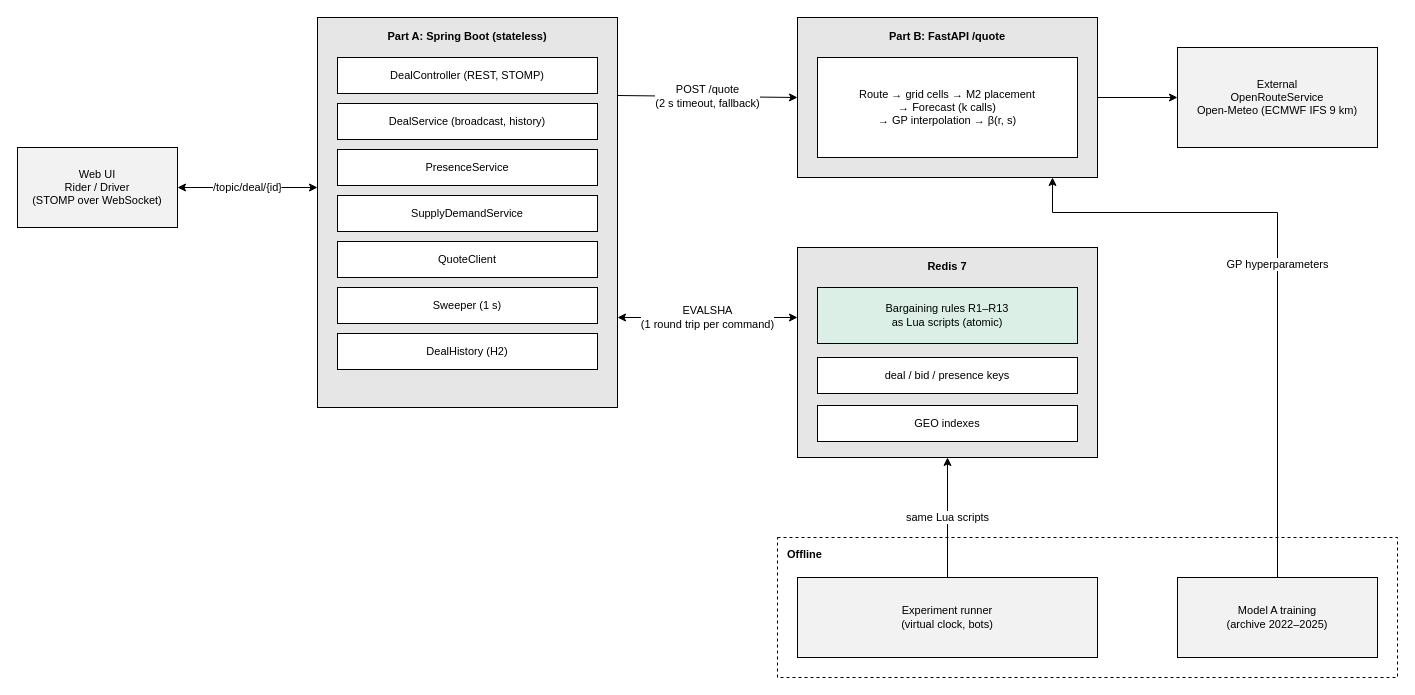
The draw.io diagram docs/figures_src/F5_architecture.drawio in India-CDI-Team5/payroad, before the edit. Source tidied: cells renumbered, new cells numbered last; positions are measured from the earlier drawing's top-left corner, leaving out a move shared by most shapes. Both pictures are drawn from the tidied source at 100%, with x=0, y=0 at pixel (17, 17).
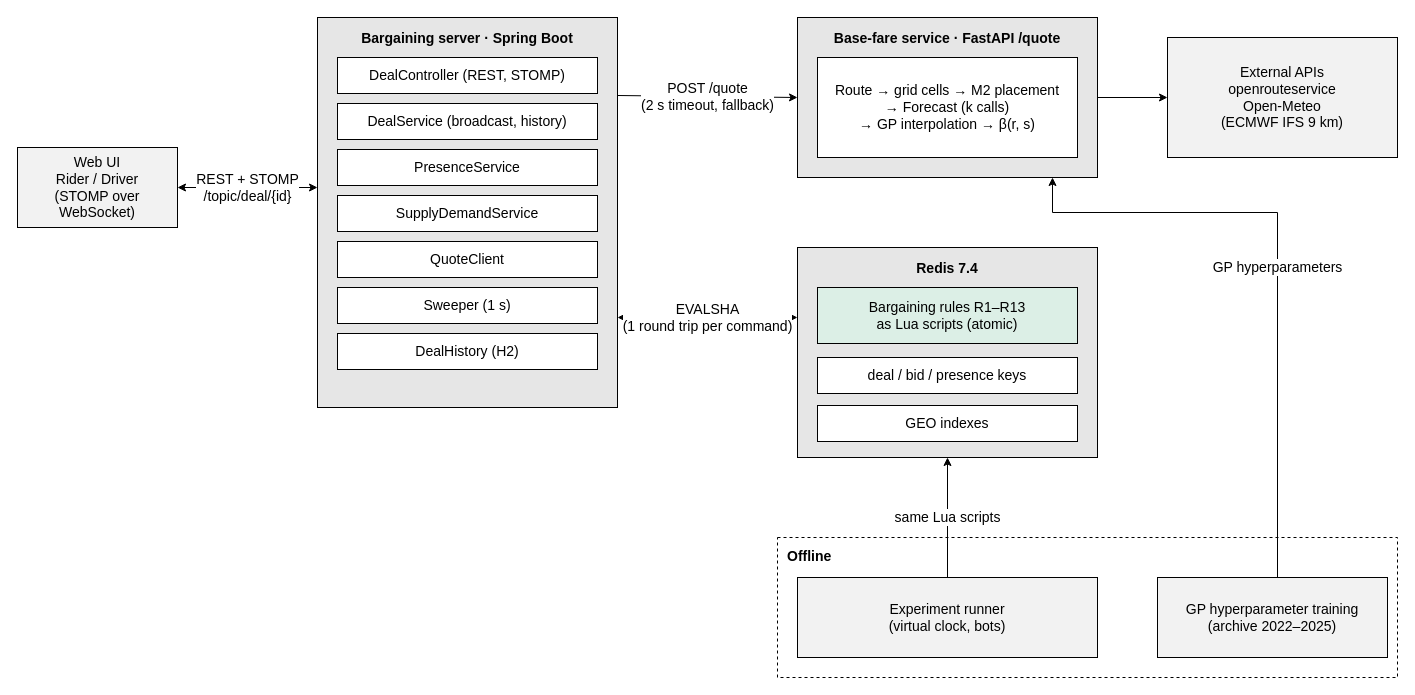
Above is the later version.

What changed in the source:
```diff
@@
-    <mxCell id="2" value="Web UI&lt;br&gt;Rider / Driver&lt;br&gt;(STOMP over WebSocket)" style="rounded=0;whiteSpace=wrap;html=1;fillColor=#F2F2F2;strokeColor=#000000;strokeWidth=1;fontFamily=Helvetica;fontSize=11;fontColor=#000000;" parent="1" vertex="1">
+    <mxCell id="2" value="Web UI&lt;br&gt;Rider / Driver&lt;br&gt;(STOMP over WebSocket)" style="rounded=0;whiteSpace=wrap;html=1;fillColor=#F2F2F2;strokeColor=#000000;strokeWidth=1;fontFamily=Helvetica;fontSize=14;fontColor=#000000;" parent="1" vertex="1">
       <mxGeometry y="130" width="160" height="80" as="geometry" />
     </mxCell>
-    <mxCell id="3" value="Part A: Spring Boot (stateless)" style="rounded=0;whiteSpace=wrap;html=1;fillColor=#E6E6E6;strokeColor=#000000;strokeWidth=1;fontFamily=Helvetica;fontSize=11;fontColor=#000000;fontStyle=1;verticalAlign=top;spacingTop=6;" parent="1" vertex="1">
+    <mxCell id="3" value="Bargaining server · Spring Boot" style="rounded=0;whiteSpace=wrap;html=1;fillColor=#E6E6E6;strokeColor=#000000;strokeWidth=1;fontFamily=Helvetica;fontSize=14;fontColor=#000000;fontStyle=1;verticalAlign=top;spacingTop=6;" parent="1" vertex="1">
       <mxGeometry x="300" width="300" height="390" as="geometry" />
     </mxCell>
-    <mxCell id="4" value="DealController (REST, STOMP)" style="rounded=0;whiteSpace=wrap;html=1;fillColor=#FFFFFF;strokeColor=#000000;strokeWidth=1;fontFamily=Helvetica;fontSize=11;fontColor=#000000;" parent="1" vertex="1">
+    <mxCell id="4" value="DealController (REST, STOMP)" style="rounded=0;whiteSpace=wrap;html=1;fillColor=#FFFFFF;strokeColor=#000000;strokeWidth=1;fontFamily=Helvetica;fontSize=14;fontColor=#000000;" parent="1" vertex="1">
       <mxGeometry x="320" y="40" width="260" height="36" as="geometry" />
     </mxCell>
-    <mxCell id="5" value="DealService (broadcast, history)" style="rounded=0;whiteSpace=wrap;html=1;fillColor=#FFFFFF;strokeColor=#000000;strokeWidth=1;fontFamily=Helvetica;fontSize=11;fontColor=#000000;" parent="1" vertex="1">
+    <mxCell id="5" value="DealService (broadcast, history)" style="rounded=0;whiteSpace=wrap;html=1;fillColor=#FFFFFF;strokeColor=#000000;strokeWidth=1;fontFamily=Helvetica;fontSize=14;fontColor=#000000;" parent="1" vertex="1">
       <mxGeometry x="320" y="86" width="260" height="36" as="geometry" />
     </mxCell>
-    <mxCell id="6" value="PresenceService" style="rounded=0;whiteSpace=wrap;html=1;fillColor=#FFFFFF;strokeColor=#000000;strokeWidth=1;fontFamily=Helvetica;fontSize=11;fontColor=#000000;" parent="1" vertex="1">
+    <mxCell id="6" value="PresenceService" style="rounded=0;whiteSpace=wrap;html=1;fillColor=#FFFFFF;strokeColor=#000000;strokeWidth=1;fontFamily=Helvetica;fontSize=14;fontColor=#000000;" parent="1" vertex="1">
       <mxGeometry x="320" y="132" width="260" height="36" as="geometry" />
     </mxCell>
-    <mxCell id="7" value="SupplyDemandService" style="rounded=0;whiteSpace=wrap;html=1;fillColor=#FFFFFF;strokeColor=#000000;strokeWidth=1;fontFamily=Helvetica;fontSize=11;fontColor=#000000;" parent="1" vertex="1">
+    <mxCell id="7" value="SupplyDemandService" style="rounded=0;whiteSpace=wrap;html=1;fillColor=#FFFFFF;strokeColor=#000000;strokeWidth=1;fontFamily=Helvetica;fontSize=14;fontColor=#000000;" parent="1" vertex="1">
       <mxGeometry x="320" y="178" width="260" height="36" as="geometry" />
     </mxCell>
-    <mxCell id="8" value="QuoteClient" style="rounded=0;whiteSpace=wrap;html=1;fillColor=#FFFFFF;strokeColor=#000000;strokeWidth=1;fontFamily=Helvetica;fontSize=11;fontColor=#000000;" parent="1" vertex="1">
+    <mxCell id="8" value="QuoteClient" style="rounded=0;whiteSpace=wrap;html=1;fillColor=#FFFFFF;strokeColor=#000000;strokeWidth=1;fontFamily=Helvetica;fontSize=14;fontColor=#000000;" parent="1" vertex="1">
       <mxGeometry x="320" y="224" width="260" height="36" as="geometry" />
     </mxCell>
-    <mxCell id="9" value="Sweeper (1 s)" style="rounded=0;whiteSpace=wrap;html=1;fillColor=#FFFFFF;strokeColor=#000000;strokeWidth=1;fontFamily=Helvetica;fontSize=11;fontColor=#000000;" parent="1" vertex="1">
+    <mxCell id="9" value="Sweeper (1 s)" style="rounded=0;whiteSpace=wrap;html=1;fillColor=#FFFFFF;strokeColor=#000000;strokeWidth=1;fontFamily=Helvetica;fontSize=14;fontColor=#000000;" parent="1" vertex="1">
       <mxGeometry x="320" y="270" width="260" height="36" as="geometry" />
     </mxCell>
-    <mxCell id="10" value="DealHistory (H2)" style="rounded=0;whiteSpace=wrap;html=1;fillColor=#FFFFFF;strokeColor=#000000;strokeWidth=1;fontFamily=Helvetica;fontSize=11;fontColor=#000000;" parent="1" vertex="1">
+    <mxCell id="10" value="DealHistory (H2)" style="rounded=0;whiteSpace=wrap;html=1;fillColor=#FFFFFF;strokeColor=#000000;strokeWidth=1;fontFamily=Helvetica;fontSize=14;fontColor=#000000;" parent="1" vertex="1">
       <mxGeometry x="320" y="316" width="260" height="36" as="geometry" />
     </mxCell>
-    <mxCell id="11" value="Part B: FastAPI /quote" style="rounded=0;whiteSpace=wrap;html=1;fillColor=#E6E6E6;strokeColor=#000000;strokeWidth=1;fontFamily=Helvetica;fontSize=11;fontColor=#000000;fontStyle=1;verticalAlign=top;spacingTop=6;" parent="1" vertex="1">
+    <mxCell id="11" value="Base-fare service · FastAPI /quote" style="rounded=0;whiteSpace=wrap;html=1;fillColor=#E6E6E6;strokeColor=#000000;strokeWidth=1;fontFamily=Helvetica;fontSize=14;fontColor=#000000;fontStyle=1;verticalAlign=top;spacingTop=6;" parent="1" vertex="1">
       <mxGeometry x="780" width="300" height="160" as="geometry" />
     </mxCell>
-    <mxCell id="12" value="Route → grid cells → M2 placement&lt;br&gt;→ Forecast (k calls)&lt;br&gt;→ GP interpolation → β(r, s)" style="rounded=0;whiteSpace=wrap;html=1;fillColor=#FFFFFF;strokeColor=#000000;strokeWidth=1;fontFamily=Helvetica;fontSize=11;fontColor=#000000;" parent="1" vertex="1">
+    <mxCell id="12" value="Route → grid cells → M2 placement&lt;br&gt;→ Forecast (k calls)&lt;br&gt;→ GP interpolation → β(r, s)" style="rounded=0;whiteSpace=wrap;html=1;fillColor=#FFFFFF;strokeColor=#000000;strokeWidth=1;fontFamily=Helvetica;fontSize=14;fontColor=#000000;" parent="1" vertex="1">
       <mxGeometry x="800" y="40" width="260" height="100" as="geometry" />
     </mxCell>
-    <mxCell id="13" value="External&lt;br&gt;OpenRouteService&lt;br&gt;Open-Meteo (ECMWF IFS 9 km)" style="rounded=0;whiteSpace=wrap;html=1;fillColor=#F2F2F2;strokeColor=#000000;strokeWidth=1;fontFamily=Helvetica;fontSize=11;fontColor=#000000;" parent="1" vertex="1">
-      <mxGeometry x="1160" y="30" width="200" height="100" as="geometry" />
+    <mxCell id="13" value="External APIs&lt;br&gt;openrouteservice&lt;br&gt;Open-Meteo&lt;br&gt;(ECMWF IFS 9 km)" style="rounded=0;whiteSpace=wrap;html=1;fillColor=#F2F2F2;strokeColor=#000000;strokeWidth=1;fontFamily=Helvetica;fontSize=14;fontColor=#000000;" parent="1" vertex="1">
+      <mxGeometry x="1150" y="20" width="230" height="120" as="geometry" />
     </mxCell>
-    <mxCell id="14" value="Redis 7" style="rounded=0;whiteSpace=wrap;html=1;fillColor=#E6E6E6;strokeColor=#000000;strokeWidth=1;fontFamily=Helvetica;fontSize=11;fontColor=#000000;fontStyle=1;verticalAlign=top;spacingTop=6;" parent="1" vertex="1">
+    <mxCell id="14" value="Redis 7.4" style="rounded=0;whiteSpace=wrap;html=1;fillColor=#E6E6E6;strokeColor=#000000;strokeWidth=1;fontFamily=Helvetica;fontSize=14;fontColor=#000000;fontStyle=1;verticalAlign=top;spacingTop=6;" parent="1" vertex="1">
       <mxGeometry x="780" y="230" width="300" height="210" as="geometry" />
     </mxCell>
-    <mxCell id="15" value="Bargaining rules R1–R13&lt;br&gt;as Lua scripts (atomic)" style="rounded=0;whiteSpace=wrap;html=1;fillColor=#DCEFE6;strokeColor=#000000;strokeWidth=1;fontFamily=Helvetica;fontSize=11;fontColor=#000000;" parent="1" vertex="1">
+    <mxCell id="15" value="Bargaining rules R1–R13&lt;br&gt;as Lua scripts (atomic)" style="rounded=0;whiteSpace=wrap;html=1;fillColor=#DCEFE6;strokeColor=#000000;strokeWidth=1;fontFamily=Helvetica;fontSize=14;fontColor=#000000;" parent="1" vertex="1">
       <mxGeometry x="800" y="270" width="260" height="56" as="geometry" />
     </mxCell>
-    <mxCell id="16" value="deal / bid / presence keys" style="rounded=0;whiteSpace=wrap;html=1;fillColor=#FFFFFF;strokeColor=#000000;strokeWidth=1;fontFamily=Helvetica;fontSize=11;fontColor=#000000;" parent="1" vertex="1">
+    <mxCell id="16" value="deal / bid / presence keys" style="rounded=0;whiteSpace=wrap;html=1;fillColor=#FFFFFF;strokeColor=#000000;strokeWidth=1;fontFamily=Helvetica;fontSize=14;fontColor=#000000;" parent="1" vertex="1">
       <mxGeometry x="800" y="340" width="260" height="36" as="geometry" />
     </mxCell>
-    <mxCell id="17" value="GEO indexes" style="rounded=0;whiteSpace=wrap;html=1;fillColor=#FFFFFF;strokeColor=#000000;strokeWidth=1;fontFamily=Helvetica;fontSize=11;fontColor=#000000;" parent="1" vertex="1">
+    <mxCell id="17" value="GEO indexes" style="rounded=0;whiteSpace=wrap;html=1;fillColor=#FFFFFF;strokeColor=#000000;strokeWidth=1;fontFamily=Helvetica;fontSize=14;fontColor=#000000;" parent="1" vertex="1">
       <mxGeometry x="800" y="388" width="260" height="36" as="geometry" />
     </mxCell>
-    <mxCell id="18" value="Offline" style="rounded=0;whiteSpace=wrap;html=1;fillColor=none;strokeColor=#000000;strokeWidth=1;dashed=1;fontFamily=Helvetica;fontSize=11;fontColor=#000000;fontStyle=1;align=left;verticalAlign=top;spacingLeft=8;spacingTop=4;" parent="1" vertex="1">
+    <mxCell id="18" value="Offline" style="rounded=0;whiteSpace=wrap;html=1;fillColor=none;strokeColor=#000000;strokeWidth=1;dashed=1;fontFamily=Helvetica;fontSize=14;fontColor=#000000;fontStyle=1;align=left;verticalAlign=top;spacingLeft=8;spacingTop=4;" parent="1" vertex="1">
       <mxGeometry x="760" y="520" width="620" height="140" as="geometry" />
     </mxCell>
-    <mxCell id="19" value="Experiment runner&lt;br&gt;(virtual clock, bots)" style="rounded=0;whiteSpace=wrap;html=1;fillColor=#F2F2F2;strokeColor=#000000;strokeWidth=1;fontFamily=Helvetica;fontSize=11;fontColor=#000000;" parent="1" vertex="1">
+    <mxCell id="19" value="Experiment runner&lt;br&gt;(virtual clock, bots)" style="rounded=0;whiteSpace=wrap;html=1;fillColor=#F2F2F2;strokeColor=#000000;strokeWidth=1;fontFamily=Helvetica;fontSize=14;fontColor=#000000;" parent="1" vertex="1">
       <mxGeometry x="780" y="560" width="300" height="80" as="geometry" />
     </mxCell>
-    <mxCell id="20" value="Model A training&lt;br&gt;(archive 2022–2025)" style="rounded=0;whiteSpace=wrap;html=1;fillColor=#F2F2F2;strokeColor=#000000;strokeWidth=1;fontFamily=Helvetica;fontSize=11;fontColor=#000000;" parent="1" vertex="1">
-      <mxGeometry x="1160" y="560" width="200" height="80" as="geometry" />
+    <mxCell id="20" value="GP hyperparameter training&lt;br&gt;(archive 2022–2025)" style="rounded=0;whiteSpace=wrap;html=1;fillColor=#F2F2F2;strokeColor=#000000;strokeWidth=1;fontFamily=Helvetica;fontSize=14;fontColor=#000000;" parent="1" vertex="1">
+      <mxGeometry x="1140" y="560" width="230" height="80" as="geometry" />
     </mxCell>
-    <mxCell id="21" value="/topic/deal/{id}" style="endArrow=classic;startArrow=classic;html=1;strokeColor=#000000;strokeWidth=1;fontFamily=Helvetica;fontSize=11;fontColor=#000000;labelBackgroundColor=#FFFFFF;exitX=1;exitY=0.5;exitDx=0;exitDy=0;entryX=0;entryY=0.4359;entryDx=0;entryDy=0;" parent="1" edge="1" source="2" target="3">
+    <mxCell id="21" value="REST + STOMP&lt;br&gt;/topic/deal/{id}" style="endArrow=classic;startArrow=classic;html=1;strokeColor=#000000;strokeWidth=1;fontFamily=Helvetica;fontSize=14;fontColor=#000000;labelBackgroundColor=#FFFFFF;exitX=1;exitY=0.5;exitDx=0;exitDy=0;entryX=0;entryY=0.4359;entryDx=0;entryDy=0;" parent="1" edge="1" source="2" target="3">
       <mxGeometry relative="1" as="geometry" />
     </mxCell>
-    <mxCell id="22" value="POST /quote&lt;br&gt;(2 s timeout, fallback)" style="endArrow=classic;html=1;strokeColor=#000000;strokeWidth=1;fontFamily=Helvetica;fontSize=11;fontColor=#000000;labelBackgroundColor=#FFFFFF;exitX=1;exitY=0.2;exitDx=0;exitDy=0;entryX=0;entryY=0.5;entryDx=0;entryDy=0;" parent="1" edge="1" source="3" target="11">
+    <mxCell id="22" value="POST /quote&lt;br&gt;(2 s timeout, fallback)" style="endArrow=classic;html=1;strokeColor=#000000;strokeWidth=1;fontFamily=Helvetica;fontSize=14;fontColor=#000000;labelBackgroundColor=#FFFFFF;exitX=1;exitY=0.2;exitDx=0;exitDy=0;entryX=0;entryY=0.5;entryDx=0;entryDy=0;" parent="1" edge="1" source="3" target="11">
       <mxGeometry relative="1" as="geometry" />
     </mxCell>
-    <mxCell id="23" value="EVALSHA&lt;br&gt;(1 round trip per command)" style="endArrow=classic;startArrow=classic;html=1;strokeColor=#000000;strokeWidth=1;fontFamily=Helvetica;fontSize=11;fontColor=#000000;labelBackgroundColor=#FFFFFF;exitX=1;exitY=0.7692;exitDx=0;exitDy=0;entryX=0;entryY=0.3333;entryDx=0;entryDy=0;" parent="1" edge="1" source="3" target="14">
+    <mxCell id="23" value="EVALSHA&lt;br&gt;(1 round trip per command)" style="endArrow=classic;startArrow=classic;html=1;strokeColor=#000000;strokeWidth=1;fontFamily=Helvetica;fontSize=14;fontColor=#000000;labelBackgroundColor=#FFFFFF;exitX=1;exitY=0.7692;exitDx=0;exitDy=0;entryX=0;entryY=0.3333;entryDx=0;entryDy=0;" parent="1" edge="1" source="3" target="14">
       <mxGeometry relative="1" as="geometry" />
     </mxCell>
-    <mxCell id="24" style="endArrow=classic;html=1;strokeColor=#000000;strokeWidth=1;fontFamily=Helvetica;fontSize=11;exitX=1;exitY=0.5;exitDx=0;exitDy=0;entryX=0;entryY=0.5;entryDx=0;entryDy=0;" parent="1" edge="1" source="11" target="13">
+    <mxCell id="24" style="endArrow=classic;html=1;strokeColor=#000000;strokeWidth=1;fontFamily=Helvetica;fontSize=14;exitX=1;exitY=0.5;exitDx=0;exitDy=0;entryX=0;entryY=0.5;entryDx=0;entryDy=0;" parent="1" edge="1" source="11" target="13">
       <mxGeometry relative="1" as="geometry" />
     </mxCell>
-    <mxCell id="25" value="same Lua scripts" style="endArrow=classic;html=1;strokeColor=#000000;strokeWidth=1;fontFamily=Helvetica;fontSize=11;fontColor=#000000;labelBackgroundColor=#FFFFFF;exitX=0.5;exitY=0;exitDx=0;exitDy=0;entryX=0.5;entryY=1;entryDx=0;entryDy=0;" parent="1" edge="1" source="19" target="14">
+    <mxCell id="25" value="same Lua scripts" style="endArrow=classic;html=1;strokeColor=#000000;strokeWidth=1;fontFamily=Helvetica;fontSize=14;fontColor=#000000;labelBackgroundColor=#FFFFFF;exitX=0.5;exitY=0;exitDx=0;exitDy=0;entryX=0.5;entryY=1;entryDx=0;entryDy=0;" parent="1" edge="1" source="19" target="14">
       <mxGeometry relative="1" as="geometry" />
     </mxCell>
-    <mxCell id="26" value="GP hyperparameters" style="endArrow=classic;html=1;strokeColor=#000000;strokeWidth=1;fontFamily=Helvetica;fontSize=11;fontColor=#000000;labelBackgroundColor=#FFFFFF;edgeStyle=orthogonalEdgeStyle;rounded=0;exitX=0.5;exitY=0;exitDx=0;exitDy=0;entryX=0.85;entryY=1;entryDx=0;entryDy=0;" parent="1" edge="1" source="20" target="11">
+    <mxCell id="26" value="GP hyperparameters" style="endArrow=classic;html=1;strokeColor=#000000;strokeWidth=1;fontFamily=Helvetica;fontSize=14;fontColor=#000000;labelBackgroundColor=#FFFFFF;edgeStyle=orthogonalEdgeStyle;rounded=0;exitX=0.5;exitY=0;exitDx=0;exitDy=0;entryX=0.85;entryY=1;entryDx=0;entryDy=0;" parent="1" edge="1" source="20" target="11">
       <mxGeometry relative="1" as="geometry">
         <Array as="points">
           <mxPoint x="1260" y="195" />
           <mxPoint x="1035" y="195" />
         </Array>
       </mxGeometry>
     </mxCell>
```
